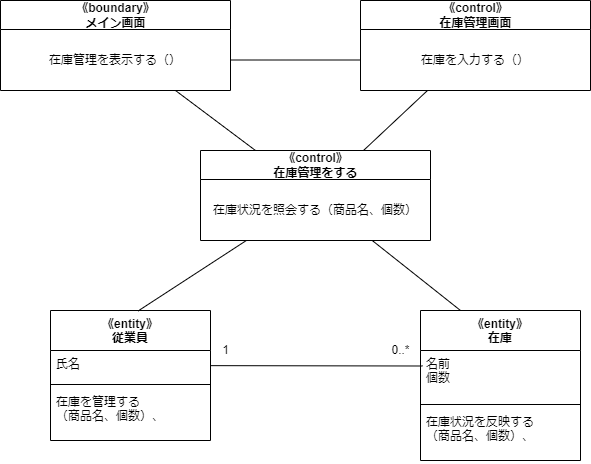
This is psp4/分析モデルのクラス図/分析モデルクラス図_在庫管理.drawio.png from MasakiHiguchi/---, a draw.io export, as it was before one commit. Source tidied: cells renumbered, new cells last; positions are measured from the earlier drawing's top-left corner, leaving out a move shared by most shapes.
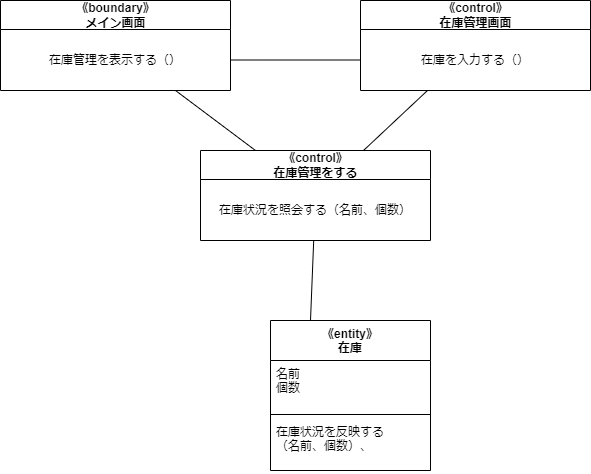
After the commit.

Diff of the diagram source:
```diff
@@ -2,20 +2,8 @@
   <root>
     <mxCell id="0" />
     <mxCell id="1" parent="0" />
-    <mxCell id="2" value="《entity》&#10;従業員" style="swimlane;fontStyle=1;align=center;verticalAlign=top;horizontal=1;startSize=40;" parent="1" vertex="1">
-      <mxGeometry x="50" y="310" width="160" height="130" as="geometry" />
-    </mxCell>
-    <mxCell id="3" value="氏名" style="text;strokeColor=none;fillColor=none;align=left;verticalAlign=top;spacingLeft=4;spacingRight=4;overflow=hidden;points=[[0,0.5],[1,0.5]];portConstraint=eastwest;" parent="2" vertex="1">
-      <mxGeometry y="40" width="160" height="30" as="geometry" />
-    </mxCell>
-    <mxCell id="4" style="line;strokeWidth=1;fillColor=none;align=left;verticalAlign=middle;spacingTop=-1;spacingLeft=3;spacingRight=3;labelPosition=right;strokeColor=inherit;" parent="2" vertex="1">
-      <mxGeometry y="70" width="160" height="8" as="geometry" />
-    </mxCell>
-    <mxCell id="5" value="在庫を管理する&#10;（商品名、個数）、" style="text;strokeColor=none;fillColor=none;align=left;verticalAlign=top;spacingLeft=4;spacingRight=4;overflow=hidden;" parent="2" vertex="1">
-      <mxGeometry y="78" width="160" height="52" as="geometry" />
-    </mxCell>
     <mxCell id="6" value="《entity》&#10;在庫" style="swimlane;fontStyle=1;align=center;verticalAlign=top;horizontal=1;startSize=40;" parent="1" vertex="1">
-      <mxGeometry x="420" y="310" width="160" height="150" as="geometry" />
+      <mxGeometry x="270" y="320" width="160" height="150" as="geometry" />
     </mxCell>
     <mxCell id="7" value="名前&#10;個数" style="text;strokeColor=none;fillColor=none;align=left;verticalAlign=top;spacingLeft=4;spacingRight=4;overflow=hidden;points=[[0,0.5],[1,0.5]];portConstraint=eastwest;" parent="6" vertex="1">
       <mxGeometry y="40" width="160" height="50" as="geometry" />
@@ -23,28 +11,16 @@
     <mxCell id="8" style="line;strokeWidth=1;fillColor=none;align=left;verticalAlign=middle;spacingTop=-1;spacingLeft=3;spacingRight=3;labelPosition=right;strokeColor=inherit;" parent="6" vertex="1">
       <mxGeometry y="90" width="160" height="8" as="geometry" />
     </mxCell>
-    <mxCell id="9" value="在庫状況を反映する&#10;（商品名、個数）、" style="text;strokeColor=none;fillColor=none;align=left;verticalAlign=top;spacingLeft=4;spacingRight=4;overflow=hidden;" parent="6" vertex="1">
+    <mxCell id="9" value="在庫状況を反映する&#10;（名前、個数）、" style="text;strokeColor=none;fillColor=none;align=left;verticalAlign=top;spacingLeft=4;spacingRight=4;overflow=hidden;" parent="6" vertex="1">
       <mxGeometry y="98" width="160" height="52" as="geometry" />
     </mxCell>
-    <mxCell id="10" style="edgeStyle=none;html=1;entryX=0.013;entryY=0.31;entryDx=0;entryDy=0;entryPerimeter=0;endArrow=none;endFill=0;" parent="1" edge="1" source="3" target="7">
-      <mxGeometry relative="1" as="geometry" />
-    </mxCell>
-    <mxCell id="11" value="1" style="text;html=1;align=center;verticalAlign=middle;strokeColor=none;fillColor=none;" parent="1" vertex="1">
-      <mxGeometry x="210" y="335" width="30" height="30" as="geometry" />
-    </mxCell>
-    <mxCell id="12" value="0..*" style="text;html=1;align=center;verticalAlign=middle;strokeColor=none;fillColor=none;" parent="1" vertex="1">
-      <mxGeometry x="380" y="335" width="40" height="30" as="geometry" />
-    </mxCell>
-    <mxCell id="13" style="edgeStyle=none;html=1;entryX=0.547;entryY=0.004;entryDx=0;entryDy=0;entryPerimeter=0;endArrow=none;endFill=0;" parent="1" edge="1" source="15" target="2">
-      <mxGeometry relative="1" as="geometry" />
-    </mxCell>
     <mxCell id="14" style="edgeStyle=none;html=1;entryX=0.25;entryY=0;entryDx=0;entryDy=0;endArrow=none;endFill=0;" parent="1" edge="1" source="15" target="6">
       <mxGeometry relative="1" as="geometry" />
     </mxCell>
     <mxCell id="15" value="《control》&lt;br&gt;在庫管理をする" style="swimlane;fontStyle=1;align=center;verticalAlign=middle;horizontal=1;startSize=29;html=1;" parent="1" vertex="1">
       <mxGeometry x="200" y="150" width="230" height="90" as="geometry" />
     </mxCell>
-    <mxCell id="16" value="在庫状況を照会する（商品名、個数）" style="text;html=1;strokeColor=none;fillColor=none;align=center;verticalAlign=middle;spacingLeft=4;spacingRight=4;overflow=hidden;" parent="15" vertex="1">
+    <mxCell id="16" value="在庫状況を照会する（名前、個数）" style="text;html=1;strokeColor=none;fillColor=none;align=center;verticalAlign=middle;spacingLeft=4;spacingRight=4;overflow=hidden;" parent="15" vertex="1">
       <mxGeometry y="29" width="230" height="61" as="geometry" />
     </mxCell>
     <mxCell id="17" style="edgeStyle=none;html=1;endArrow=none;endFill=0;" parent="1" edge="1" source="18" target="15">
```
